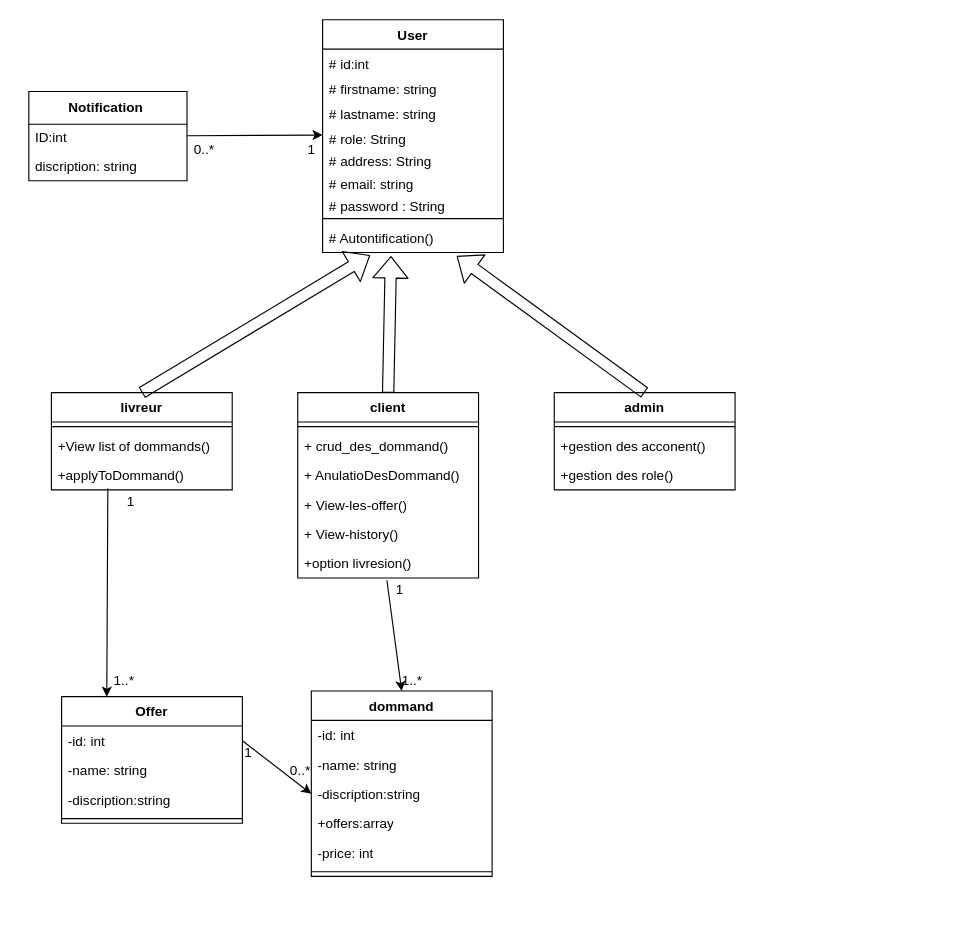
The draw.io diagram App/Digram/diagram-de-class.drawio in Rajix24/Deliverect, before the edit. Source tidied: cells renumbered, new cells numbered last; positions are measured from the earlier drawing's top-left corner, leaving out a move shared by most shapes. Both pictures are drawn from the tidied source at 113%, with x=0, y=0 at pixel (28, 19).
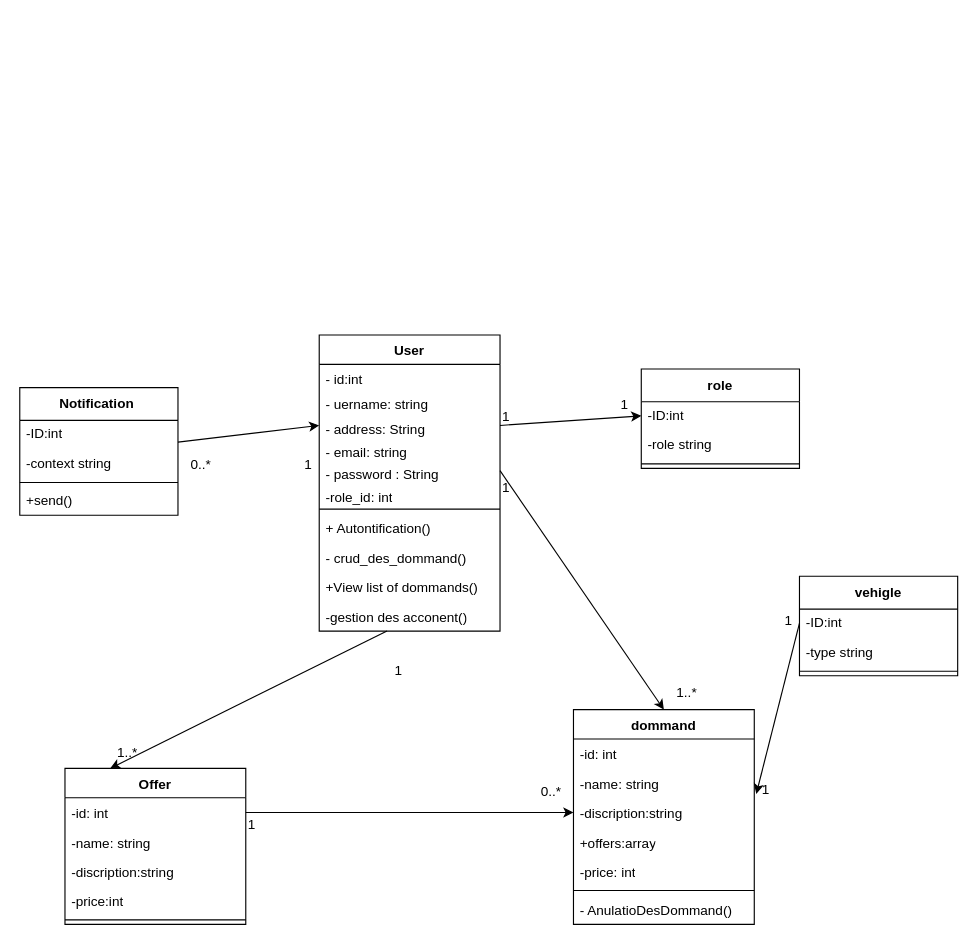
The same page after the edit.

Commit message:
digram de calss

Unchanged cells that the change refers to:
```xml
<mxCell id="30" value="-name: string" style="text;strokeColor=none;fillColor=none;align=left;verticalAlign=top;spacingLeft=4;spacingRight=4;overflow=hidden;points=[[0,0.5],[1,0.5]];portConstraint=eastwest;whiteSpace=wrap;html=1;" parent="28" vertex="1">
  <mxGeometry y="52" width="160" height="26" as="geometry" />
</mxCell>
```

Diff of the diagram source:
```diff
@@
-    <mxCell id="2" value="client" style="swimlane;fontStyle=1;align=center;verticalAlign=top;horizontal=1;startSize=26;whiteSpace=wrap;html=1;" parent="1" vertex="1">
-      <mxGeometry x="238" y="330" width="160" height="164" as="geometry" />
-    </mxCell>
-    <mxCell id="3" style="line;strokeWidth=1;fillColor=none;align=left;verticalAlign=middle;spacingTop=-1;spacingLeft=3;spacingRight=3;labelPosition=right;strokeColor=inherit;" parent="2" vertex="1">
-      <mxGeometry y="26" width="160" height="8" as="geometry" />
-    </mxCell>
-    <mxCell id="4" value="+ crud_des_dommand()&lt;span style=&quot;white-space: pre;&quot;&gt;&#9;&lt;/span&gt;" style="text;strokeColor=none;fillColor=none;align=left;verticalAlign=top;spacingLeft=4;spacingRight=4;overflow=hidden;whiteSpace=wrap;html=1;" parent="2" vertex="1">
-      <mxGeometry y="34" width="160" height="26" as="geometry" />
-    </mxCell>
-    <mxCell id="5" value="+ AnulatioDesDommand()" style="text;strokeColor=none;fillColor=none;align=left;verticalAlign=top;spacingLeft=4;spacingRight=4;overflow=hidden;whiteSpace=wrap;html=1;" parent="2" vertex="1">
-      <mxGeometry y="60" width="160" height="26" as="geometry" />
-    </mxCell>
-    <mxCell id="6" value="+ View-les-offer()" style="text;strokeColor=none;fillColor=none;align=left;verticalAlign=top;spacingLeft=4;spacingRight=4;overflow=hidden;whiteSpace=wrap;html=1;" parent="2" vertex="1">
-      <mxGeometry y="86" width="160" height="26" as="geometry" />
-    </mxCell>
-    <mxCell id="7" value="+ View-history()" style="text;strokeColor=none;fillColor=none;align=left;verticalAlign=top;spacingLeft=4;spacingRight=4;overflow=hidden;whiteSpace=wrap;html=1;" parent="2" vertex="1">
-      <mxGeometry y="112" width="160" height="26" as="geometry" />
-    </mxCell>
-    <mxCell id="8" value="+&lt;span style=&quot;color: rgb(0, 0, 0); text-align: center;&quot;&gt;option livresion()&lt;/span&gt;" style="text;strokeColor=none;fillColor=none;align=left;verticalAlign=top;spacingLeft=4;spacingRight=4;overflow=hidden;points=[[0,0.5],[1,0.5]];portConstraint=eastwest;whiteSpace=wrap;html=1;" parent="2" vertex="1">
-      <mxGeometry y="138" width="160" height="26" as="geometry" />
-    </mxCell>
-    <mxCell id="9" value="livreur" style="swimlane;fontStyle=1;align=center;verticalAlign=top;horizontal=1;startSize=26;whiteSpace=wrap;html=1;" parent="1" vertex="1">
-      <mxGeometry x="20" y="330" width="160" height="86" as="geometry" />
-    </mxCell>
-    <mxCell id="10" style="line;strokeWidth=1;fillColor=none;align=left;verticalAlign=middle;spacingTop=-1;spacingLeft=3;spacingRight=3;labelPosition=right;strokeColor=inherit;" parent="9" vertex="1">
-      <mxGeometry y="26" width="160" height="8" as="geometry" />
-    </mxCell>
-    <mxCell id="11" value="+View list of dommands()" style="text;strokeColor=none;fillColor=none;align=left;verticalAlign=top;spacingLeft=4;spacingRight=4;overflow=hidden;whiteSpace=wrap;html=1;" parent="9" vertex="1">
-      <mxGeometry y="34" width="160" height="26" as="geometry" />
-    </mxCell>
-    <mxCell id="12" value="+applyToDommand()" style="text;strokeColor=none;fillColor=none;align=left;verticalAlign=top;spacingLeft=4;spacingRight=4;overflow=hidden;points=[[0,0.5],[1,0.5]];portConstraint=eastwest;whiteSpace=wrap;html=1;" parent="9" vertex="1">
-      <mxGeometry y="60" width="160" height="26" as="geometry" />
-    </mxCell>
-    <mxCell id="13" value="admin" style="swimlane;fontStyle=1;align=center;verticalAlign=top;horizontal=1;startSize=26;whiteSpace=wrap;html=1;" parent="1" vertex="1">
-      <mxGeometry x="465" y="330" width="160" height="86" as="geometry" />
-    </mxCell>
-    <mxCell id="14" style="line;strokeWidth=1;fillColor=none;align=left;verticalAlign=middle;spacingTop=-1;spacingLeft=3;spacingRight=3;labelPosition=right;strokeColor=inherit;" parent="13" vertex="1">
-      <mxGeometry y="26" width="160" height="8" as="geometry" />
-    </mxCell>
-    <mxCell id="15" value="+gestion des acconent()" style="text;strokeColor=none;fillColor=none;align=left;verticalAlign=top;spacingLeft=4;spacingRight=4;overflow=hidden;points=[[0,0.5],[1,0.5]];portConstraint=eastwest;whiteSpace=wrap;html=1;" parent="13" vertex="1">
-      <mxGeometry y="34" width="160" height="26" as="geometry" />
-    </mxCell>
-    <mxCell id="16" value="+gestion des role()" style="text;strokeColor=none;fillColor=none;align=left;verticalAlign=top;spacingLeft=4;spacingRight=4;overflow=hidden;whiteSpace=wrap;html=1;" parent="13" vertex="1">
-      <mxGeometry y="60" width="160" height="26" as="geometry" />
-    </mxCell>
     <mxCell id="17" value="Offer" style="swimlane;fontStyle=1;align=center;verticalAlign=top;horizontal=1;startSize=26;whiteSpace=wrap;html=1;" parent="1" vertex="1">
-      <mxGeometry x="29" y="599" width="160" height="112" as="geometry" />
+      <mxGeometry x="32" y="662.5" width="160" height="138" as="geometry" />
     </mxCell>
@@
+    <mxCell id="57" value="-price:int" style="text;strokeColor=none;fillColor=none;align=left;verticalAlign=top;spacingLeft=4;spacingRight=4;overflow=hidden;whiteSpace=wrap;html=1;" parent="17" vertex="1">
+      <mxGeometry y="104" width="160" height="26" as="geometry" />
+    </mxCell>
     <mxCell id="21" style="line;strokeWidth=1;fillColor=none;align=left;verticalAlign=middle;spacingTop=-1;spacingLeft=3;spacingRight=3;labelPosition=right;strokeColor=inherit;" parent="17" vertex="1">
-      <mxGeometry y="104" width="160" height="8" as="geometry" />
+      <mxGeometry y="130" width="160" height="8" as="geometry" />
     </mxCell>
-    <mxCell id="22" style="edgeStyle=none;html=1;entryX=0.5;entryY=0;entryDx=0;entryDy=0;exitX=0.493;exitY=1.077;exitDx=0;exitDy=0;exitPerimeter=0;" parent="1" edge="1" source="8" target="28">
+    <mxCell id="22" style="edgeStyle=none;html=1;entryX=0.5;entryY=0;entryDx=0;entryDy=0;exitX=1;exitY=0.5;exitDx=0;exitDy=0;" parent="1" edge="1" source="42" target="28">
       <mxGeometry relative="1" as="geometry" />
     </mxCell>
     <mxCell id="23" value="1" style="text;html=1;align=center;verticalAlign=middle;strokeColor=none;fillColor=none;" parent="1" vertex="1">
-      <mxGeometry x="313" y="490" width="30" height="30" as="geometry" />
+      <mxGeometry x="407" y="399" width="30" height="30" as="geometry" />
     </mxCell>
     <mxCell id="24" value="1..*" style="text;html=1;align=center;verticalAlign=middle;strokeColor=none;fillColor=none;" parent="1" vertex="1">
-      <mxGeometry x="64" y="570" width="40" height="30" as="geometry" />
+      <mxGeometry x="67" y="633.5" width="40" height="30" as="geometry" />
     </mxCell>
-    <mxCell id="25" style="edgeStyle=none;html=1;exitX=0.312;exitY=0.949;exitDx=0;exitDy=0;entryX=0.25;entryY=0;entryDx=0;entryDy=0;exitPerimeter=0;" parent="1" edge="1" source="12" target="17">
+    <mxCell id="25" style="edgeStyle=none;html=1;exitX=0.375;exitY=0.994;exitDx=0;exitDy=0;entryX=0.25;entryY=0;entryDx=0;entryDy=0;exitPerimeter=0;" parent="1" edge="1" source="15" target="17">
       <mxGeometry relative="1" as="geometry" />
     </mxCell>
     <mxCell id="26" value="1" style="text;html=1;align=center;verticalAlign=middle;strokeColor=none;fillColor=none;" parent="1" vertex="1">
-      <mxGeometry x="179" y="634" width="30" height="30" as="geometry" />
+      <mxGeometry x="182" y="697.5" width="30" height="30" as="geometry" />
     </mxCell>
     <mxCell id="27" value="1..*" style="text;html=1;align=center;verticalAlign=middle;strokeColor=none;fillColor=none;" parent="1" vertex="1">
-      <mxGeometry x="319" y="570" width="40" height="30" as="geometry" />
+      <mxGeometry x="562" y="580.5" width="40" height="30" as="geometry" />
     </mxCell>
     <mxCell id="28" value="dommand" style="swimlane;fontStyle=1;align=center;verticalAlign=top;horizontal=1;startSize=26;whiteSpace=wrap;html=1;" parent="1" vertex="1">
-      <mxGeometry x="250" y="594" width="160" height="164" as="geometry" />
+      <mxGeometry x="482" y="610.5" width="160" height="190" as="geometry" />
     </mxCell>
@@
+    <mxCell id="5" value="- AnulatioDesDommand()" style="text;strokeColor=none;fillColor=none;align=left;verticalAlign=top;spacingLeft=4;spacingRight=4;overflow=hidden;whiteSpace=wrap;html=1;" parent="28" vertex="1">
+      <mxGeometry y="164" width="160" height="26" as="geometry" />
+    </mxCell>
     <mxCell id="35" value="User" style="swimlane;fontStyle=1;align=center;verticalAlign=top;horizontal=1;startSize=26;whiteSpace=wrap;html=1;" parent="1" vertex="1">
-      <mxGeometry x="260" width="160" height="206" as="geometry" />
+      <mxGeometry x="257" y="279" width="160" height="262" as="geometry" />
     </mxCell>
-    <mxCell id="36" value="# id:int&amp;nbsp;" style="text;strokeColor=none;fillColor=none;align=left;verticalAlign=top;spacingLeft=4;spacingRight=4;overflow=hidden;whiteSpace=wrap;html=1;" parent="35" vertex="1">
+    <mxCell id="36" value="- id:int&amp;nbsp;" style="text;strokeColor=none;fillColor=none;align=left;verticalAlign=top;spacingLeft=4;spacingRight=4;overflow=hidden;whiteSpace=wrap;html=1;" parent="35" vertex="1">
       <mxGeometry y="26" width="160" height="22" as="geometry" />
     </mxCell>
-    <mxCell id="37" value="# firstname: string" style="text;strokeColor=none;fillColor=none;align=left;verticalAlign=top;spacingLeft=4;spacingRight=4;overflow=hidden;whiteSpace=wrap;html=1;" parent="35" vertex="1">
+    <mxCell id="37" value="- uername: string" style="text;strokeColor=none;fillColor=none;align=left;verticalAlign=top;spacingLeft=4;spacingRight=4;overflow=hidden;whiteSpace=wrap;html=1;" parent="35" vertex="1">
       <mxGeometry y="48" width="160" height="22" as="geometry" />
     </mxCell>
-    <mxCell id="38" value="# lastname: string" style="text;strokeColor=none;fillColor=none;align=left;verticalAlign=top;spacingLeft=4;spacingRight=4;overflow=hidden;whiteSpace=wrap;html=1;" parent="35" vertex="1">
-      <mxGeometry y="70" width="160" height="22" as="geometry" />
-    </mxCell>
-    <mxCell id="39" value="# role: String" style="text;strokeColor=none;fillColor=none;align=left;verticalAlign=top;spacingLeft=4;spacingRight=4;overflow=hidden;points=[[0,0.5],[1,0.5]];portConstraint=eastwest;whiteSpace=wrap;html=1;" parent="35" vertex="1">
-      <mxGeometry y="92" width="160" height="20" as="geometry" />
-    </mxCell>
-    <mxCell id="40" value="# address: String" style="text;strokeColor=none;fillColor=none;align=left;verticalAlign=top;spacingLeft=4;spacingRight=4;overflow=hidden;whiteSpace=wrap;html=1;" parent="35" vertex="1">
-      <mxGeometry y="112" width="160" height="20" as="geometry" />
+    <mxCell id="40" value="- address: String" style="text;strokeColor=none;fillColor=none;align=left;verticalAlign=top;spacingLeft=4;spacingRight=4;overflow=hidden;whiteSpace=wrap;html=1;" parent="35" vertex="1">
+      <mxGeometry y="70" width="160" height="20" as="geometry" />
     </mxCell>
-    <mxCell id="41" value="# email: string&lt;span style=&quot;color: rgb(63, 63, 63); background-color: transparent;&quot;&gt;&amp;nbsp;&lt;/span&gt;" style="text;strokeColor=none;fillColor=none;align=left;verticalAlign=top;spacingLeft=4;spacingRight=4;overflow=hidden;whiteSpace=wrap;html=1;" parent="35" vertex="1">
-      <mxGeometry y="132" width="160" height="20" as="geometry" />
+    <mxCell id="41" value="- email: string&lt;span style=&quot;color: rgb(63, 63, 63); background-color: transparent;&quot;&gt;&amp;nbsp;&lt;/span&gt;" style="text;strokeColor=none;fillColor=none;align=left;verticalAlign=top;spacingLeft=4;spacingRight=4;overflow=hidden;whiteSpace=wrap;html=1;" parent="35" vertex="1">
+      <mxGeometry y="90" width="160" height="20" as="geometry" />
     </mxCell>
-    <mxCell id="42" value="# password : String" style="text;strokeColor=none;fillColor=none;align=left;verticalAlign=top;spacingLeft=4;spacingRight=4;overflow=hidden;points=[[0,0.5],[1,0.5]];portConstraint=eastwest;whiteSpace=wrap;html=1;" parent="35" vertex="1">
-      <mxGeometry y="152" width="160" height="20" as="geometry" />
+    <mxCell id="42" value="- password : String" style="text;strokeColor=none;fillColor=none;align=left;verticalAlign=top;spacingLeft=4;spacingRight=4;overflow=hidden;points=[[0,0.5],[1,0.5]];portConstraint=eastwest;whiteSpace=wrap;html=1;" parent="35" vertex="1">
+      <mxGeometry y="110" width="160" height="20" as="geometry" />
     </mxCell>
+    <mxCell id="58" value="-role_id: int" style="text;strokeColor=none;fillColor=none;align=left;verticalAlign=top;spacingLeft=4;spacingRight=4;overflow=hidden;whiteSpace=wrap;html=1;" parent="35" vertex="1">
+      <mxGeometry y="130" width="160" height="20" as="geometry" />
+    </mxCell>
     <mxCell id="43" style="line;strokeWidth=1;fillColor=none;align=left;verticalAlign=middle;spacingTop=-1;spacingLeft=3;spacingRight=3;labelPosition=right;strokeColor=inherit;" parent="35" vertex="1">
-      <mxGeometry y="172" width="160" height="8" as="geometry" />
+      <mxGeometry y="150" width="160" height="8" as="geometry" />
     </mxCell>
-    <mxCell id="44" value="# Autontification()" style="text;strokeColor=none;fillColor=none;align=left;verticalAlign=top;spacingLeft=4;spacingRight=4;overflow=hidden;points=[[0,0.5],[1,0.5]];portConstraint=eastwest;whiteSpace=wrap;html=1;" parent="35" vertex="1">
-      <mxGeometry y="180" width="160" height="26" as="geometry" />
+    <mxCell id="44" value="+ Autontification()" style="text;strokeColor=none;fillColor=none;align=left;verticalAlign=top;spacingLeft=4;spacingRight=4;overflow=hidden;points=[[0,0.5],[1,0.5]];portConstraint=eastwest;whiteSpace=wrap;html=1;" parent="35" vertex="1">
+      <mxGeometry y="158" width="160" height="26" as="geometry" />
     </mxCell>
-    <mxCell id="45" style="edgeStyle=none;html=1;exitX=0.5;exitY=0;exitDx=0;exitDy=0;entryX=0.263;entryY=1.09;entryDx=0;entryDy=0;entryPerimeter=0;shape=flexArrow;" parent="1" edge="1" source="9" target="44">
-      <mxGeometry relative="1" as="geometry" />
-    </mxCell>
-    <mxCell id="46" style="edgeStyle=none;html=1;exitX=0.5;exitY=0;exitDx=0;exitDy=0;entryX=0.378;entryY=1.118;entryDx=0;entryDy=0;entryPerimeter=0;shape=flexArrow;" parent="1" edge="1" source="2" target="44">
-      <mxGeometry relative="1" as="geometry" />
-    </mxCell>
-    <mxCell id="47" value="1" style="text;html=1;align=center;verticalAlign=middle;strokeColor=none;fillColor=none;" parent="1" vertex="1">
-      <mxGeometry x="75" y="412" width="30" height="30" as="geometry" />
-    </mxCell>
+    <mxCell id="4" value="- crud_des_dommand()&lt;span style=&quot;white-space: pre;&quot;&gt;&#9;&lt;/span&gt;" style="text;strokeColor=none;fillColor=none;align=left;verticalAlign=top;spacingLeft=4;spacingRight=4;overflow=hidden;whiteSpace=wrap;html=1;" parent="35" vertex="1">
+      <mxGeometry y="184" width="160" height="26" as="geometry" />
+    </mxCell>
+    <mxCell id="11" value="+View list of dommands()" style="text;strokeColor=none;fillColor=none;align=left;verticalAlign=top;spacingLeft=4;spacingRight=4;overflow=hidden;whiteSpace=wrap;html=1;" parent="35" vertex="1">
+      <mxGeometry y="210" width="160" height="26" as="geometry" />
+    </mxCell>
+    <mxCell id="15" value="-gestion des acconent()" style="text;strokeColor=none;fillColor=none;align=left;verticalAlign=top;spacingLeft=4;spacingRight=4;overflow=hidden;points=[[0,0.5],[1,0.5]];portConstraint=eastwest;whiteSpace=wrap;html=1;" parent="35" vertex="1">
+      <mxGeometry y="236" width="160" height="26" as="geometry" />
+    </mxCell>
@@
     <mxCell id="49" value="0..*" style="text;html=1;align=center;verticalAlign=middle;strokeColor=none;fillColor=none;" parent="1" vertex="1">
-      <mxGeometry x="220" y="650" width="40" height="30" as="geometry" />
+      <mxGeometry x="442" y="667.5" width="40" height="30" as="geometry" />
     </mxCell>
-    <mxCell id="50" style="edgeStyle=none;html=1;exitX=0.5;exitY=0;exitDx=0;exitDy=0;entryX=0.742;entryY=1.118;entryDx=0;entryDy=0;shape=flexArrow;entryPerimeter=0;" parent="1" edge="1" source="13" target="44">
-      <mxGeometry relative="1" as="geometry" />
-    </mxCell>
-    <mxCell id="51" style="edgeStyle=none;html=1;entryX=0;entryY=0.5;entryDx=0;entryDy=0;" parent="1" edge="1" source="52" target="39">
-      <mxGeometry relative="1" as="geometry" />
+    <mxCell id="51" style="edgeStyle=none;html=1;entryX=0;entryY=0.5;entryDx=0;entryDy=0;" parent="1" edge="1" source="52">
+      <mxGeometry relative="1" as="geometry">
+        <mxPoint x="257" y="359" as="targetPoint" />
+      </mxGeometry>
     </mxCell>
     <mxCell id="52" value="Notification&amp;nbsp;" style="swimlane;fontStyle=1;align=center;verticalAlign=middle;horizontal=1;startSize=29;html=1;whiteSpace=wrap;" parent="1" vertex="1">
-      <mxGeometry y="63.5" width="140" height="79" as="geometry" />
+      <mxGeometry x="-8" y="325.5" width="140" height="113" as="geometry" />
     </mxCell>
-    <mxCell id="53" value="ID:int" style="text;html=1;strokeColor=none;fillColor=none;align=left;verticalAlign=middle;spacingLeft=4;spacingRight=4;overflow=hidden;whiteSpace=wrap;" parent="52" vertex="1">
+    <mxCell id="53" value="-ID:int" style="text;html=1;strokeColor=none;fillColor=none;align=left;verticalAlign=middle;spacingLeft=4;spacingRight=4;overflow=hidden;whiteSpace=wrap;" parent="52" vertex="1">
       <mxGeometry y="29" width="140" height="25" as="geometry" />
     </mxCell>
-    <mxCell id="54" value="discription: string" style="text;html=1;strokeColor=none;fillColor=none;align=left;verticalAlign=middle;spacingLeft=4;spacingRight=4;overflow=hidden;whiteSpace=wrap;" parent="52" vertex="1">
-      <mxGeometry y="54" width="140" height="25" as="geometry" />
+    <mxCell id="54" value="-context string" style="text;html=1;strokeColor=none;fillColor=none;align=left;verticalAlign=middle;spacingLeft=4;spacingRight=4;overflow=hidden;whiteSpace=wrap;" parent="52" vertex="1">
+      <mxGeometry y="54" width="140" height="26" as="geometry" />
     </mxCell>
+    <mxCell id="59" style="line;strokeWidth=1;fillColor=none;align=left;verticalAlign=middle;spacingTop=-1;spacingLeft=3;spacingRight=3;labelPosition=right;strokeColor=inherit;" parent="52" vertex="1">
+      <mxGeometry y="80" width="140" height="8" as="geometry" />
+    </mxCell>
+    <mxCell id="60" value="+send()" style="text;html=1;strokeColor=none;fillColor=none;align=left;verticalAlign=middle;spacingLeft=4;spacingRight=4;overflow=hidden;whiteSpace=wrap;" parent="52" vertex="1">
+      <mxGeometry y="88" width="140" height="25" as="geometry" />
+    </mxCell>
     <mxCell id="55" value="0..*" style="text;html=1;align=center;verticalAlign=middle;strokeColor=none;fillColor=none;" parent="1" vertex="1">
-      <mxGeometry x="135" y="100" width="40" height="30" as="geometry" />
+      <mxGeometry x="132" y="379" width="40" height="30" as="geometry" />
     </mxCell>
     <mxCell id="56" value="1" style="text;html=1;align=center;verticalAlign=middle;strokeColor=none;fillColor=none;" parent="1" vertex="1">
-      <mxGeometry x="235" y="100" width="30" height="30" as="geometry" />
+      <mxGeometry x="232" y="379" width="30" height="30" as="geometry" />
     </mxCell>
+    <mxCell id="61" value="1" style="text;html=1;align=center;verticalAlign=middle;strokeColor=none;fillColor=none;" parent="1" vertex="1">
+      <mxGeometry x="312" y="561" width="30" height="30" as="geometry" />
+    </mxCell>
+    <mxCell id="62" value="role" style="swimlane;fontStyle=1;align=center;verticalAlign=middle;horizontal=1;startSize=29;html=1;whiteSpace=wrap;" parent="1" vertex="1">
+      <mxGeometry x="542" y="309" width="140" height="88" as="geometry" />
+    </mxCell>
+    <mxCell id="63" value="-ID:int" style="text;html=1;strokeColor=none;fillColor=none;align=left;verticalAlign=middle;spacingLeft=4;spacingRight=4;overflow=hidden;points=[[0,0.5],[1,0.5]];portConstraint=eastwest;whiteSpace=wrap;" parent="62" vertex="1">
+      <mxGeometry y="29" width="140" height="25" as="geometry" />
+    </mxCell>
+    <mxCell id="64" value="-role string" style="text;html=1;strokeColor=none;fillColor=none;align=left;verticalAlign=middle;spacingLeft=4;spacingRight=4;overflow=hidden;whiteSpace=wrap;" parent="62" vertex="1">
+      <mxGeometry y="54" width="140" height="26" as="geometry" />
+    </mxCell>
+    <mxCell id="65" style="line;strokeWidth=1;fillColor=none;align=left;verticalAlign=middle;spacingTop=-1;spacingLeft=3;spacingRight=3;labelPosition=right;strokeColor=inherit;" parent="62" vertex="1">
+      <mxGeometry y="80" width="140" height="8" as="geometry" />
+    </mxCell>
+    <mxCell id="66" style="edgeStyle=none;html=1;exitX=1;exitY=0.5;exitDx=0;exitDy=0;entryX=0;entryY=0.5;entryDx=0;entryDy=0;" parent="1" edge="1" target="63">
+      <mxGeometry relative="1" as="geometry">
+        <mxPoint x="417" y="359" as="sourcePoint" />
+      </mxGeometry>
+    </mxCell>
+    <mxCell id="67" value="1" style="text;html=1;align=center;verticalAlign=middle;strokeColor=none;fillColor=none;" parent="1" vertex="1">
+      <mxGeometry x="407" y="337" width="30" height="30" as="geometry" />
+    </mxCell>
+    <mxCell id="68" value="1" style="text;html=1;align=center;verticalAlign=middle;strokeColor=none;fillColor=none;" parent="1" vertex="1">
+      <mxGeometry x="512" y="325.5" width="30" height="30" as="geometry" />
+    </mxCell>
+    <mxCell id="69" value="vehigle" style="swimlane;fontStyle=1;align=center;verticalAlign=middle;horizontal=1;startSize=29;html=1;whiteSpace=wrap;" parent="1" vertex="1">
+      <mxGeometry x="682" y="492.5" width="140" height="88" as="geometry" />
+    </mxCell>
+    <mxCell id="70" value="-ID:int" style="text;html=1;strokeColor=none;fillColor=none;align=left;verticalAlign=middle;spacingLeft=4;spacingRight=4;overflow=hidden;points=[[0,0.5],[1,0.5]];portConstraint=eastwest;whiteSpace=wrap;" parent="69" vertex="1">
+      <mxGeometry y="29" width="140" height="25" as="geometry" />
+    </mxCell>
+    <mxCell id="71" value="-type string" style="text;html=1;strokeColor=none;fillColor=none;align=left;verticalAlign=middle;spacingLeft=4;spacingRight=4;overflow=hidden;whiteSpace=wrap;" parent="69" vertex="1">
+      <mxGeometry y="54" width="140" height="26" as="geometry" />
+    </mxCell>
+    <mxCell id="72" style="line;strokeWidth=1;fillColor=none;align=left;verticalAlign=middle;spacingTop=-1;spacingLeft=3;spacingRight=3;labelPosition=right;strokeColor=inherit;" parent="69" vertex="1">
+      <mxGeometry y="80" width="140" height="8" as="geometry" />
+    </mxCell>
+    <mxCell id="73" style="edgeStyle=none;html=1;exitX=0;exitY=0.5;exitDx=0;exitDy=0;entryX=1.011;entryY=0.87;entryDx=0;entryDy=0;entryPerimeter=0;" parent="1" edge="1" source="70" target="30">
+      <mxGeometry relative="1" as="geometry" />
+    </mxCell>
+    <mxCell id="74" value="1" style="text;html=1;align=center;verticalAlign=middle;strokeColor=none;fillColor=none;" parent="1" vertex="1">
+      <mxGeometry x="657" y="517" width="30" height="30" as="geometry" />
+    </mxCell>
+    <mxCell id="75" value="1" style="text;html=1;align=center;verticalAlign=middle;strokeColor=none;fillColor=none;" parent="1" vertex="1">
+      <mxGeometry x="637" y="667" width="30" height="30" as="geometry" />
+    </mxCell>
```
